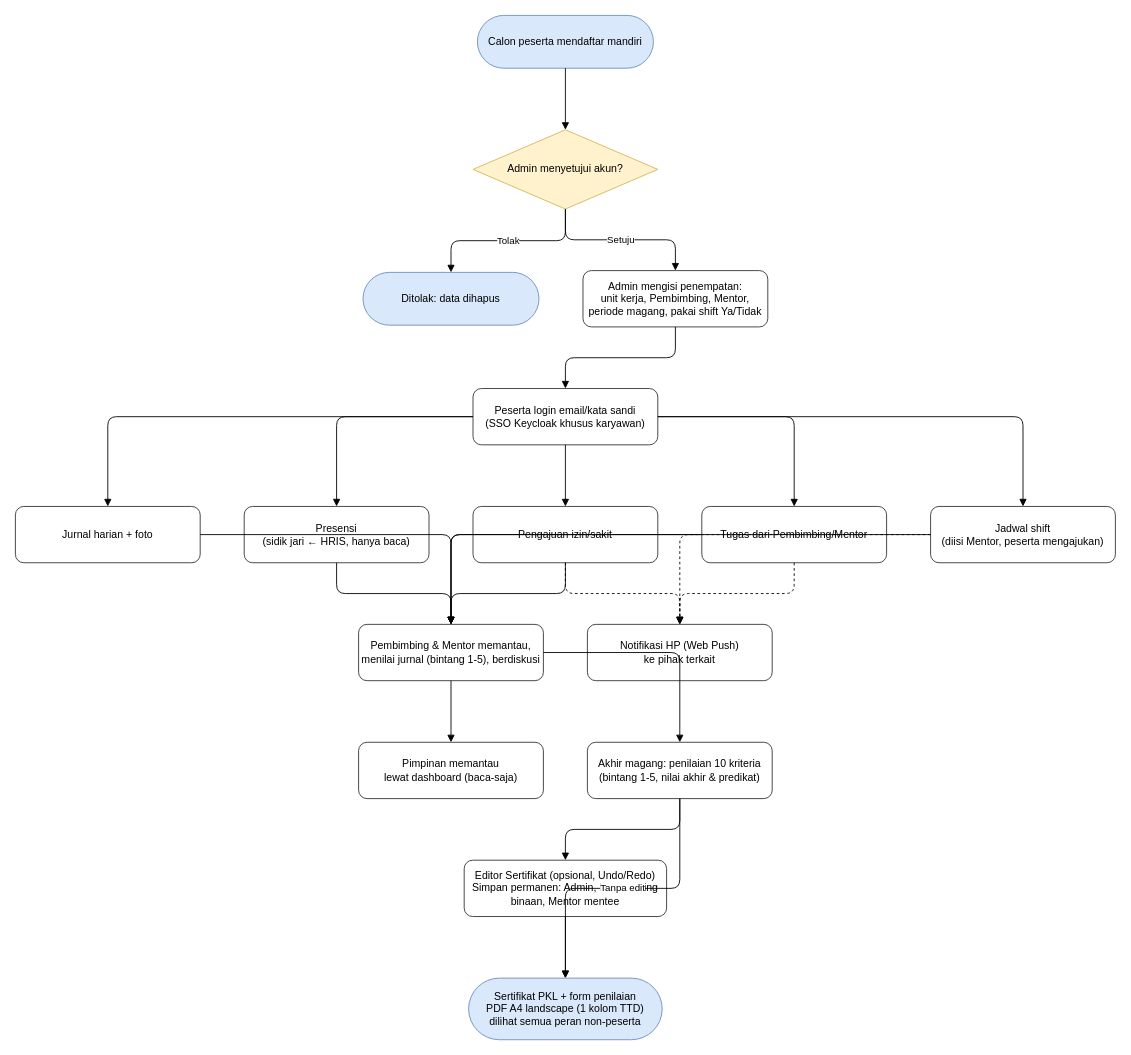
ahyaghifari/magang-sgg keeps this draw.io diagram as page "0. Gambaran Keseluruhan" (1 of 8) of flowchart-portal.drawio. Above is the earlier version. Source tidied: cells renumbered, new cells numbered last; positions are measured from the earlier drawing's top-left corner, leaving out a move shared by most shapes. Both pictures are drawn from the tidied source at 88%, with x=0, y=0 at pixel (15, 15).
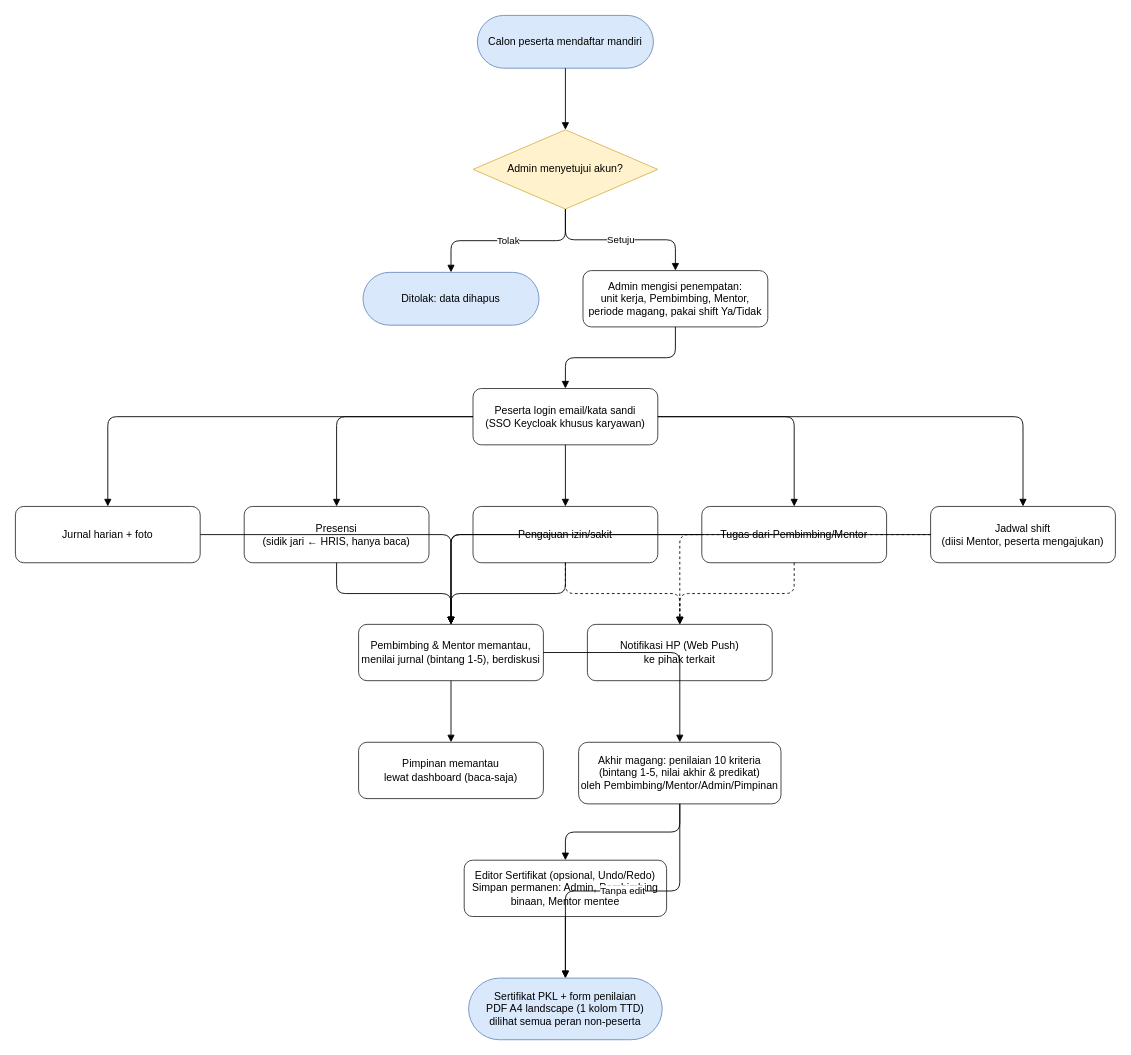
The same diagram, later.

Commit message (it also covers changes not shown here):
Penilaian intern per penilai (mentor, pembimbing, pimpinan) dengan akumulasi nilai akhir

Diff of the diagram source:
```diff
@@
-    <mxCell id="15" value="Akhir magang: penilaian 10 kriteria&#10;(bintang 1-5, nilai akhir &amp; predikat)" style="rounded=1;whiteSpace=wrap;html=1;fillColor=#ffffff;strokeColor=#333333;fontSize=12;" parent="1" vertex="1">
-      <mxGeometry x="650" y="826" width="210" height="64" as="geometry" />
+    <mxCell id="15" value="Akhir magang: penilaian 10 kriteria&#10;(bintang 1-5, nilai akhir &amp; predikat)&#10;oleh Pembimbing/Mentor/Admin/Pimpinan" style="rounded=1;whiteSpace=wrap;html=1;fillColor=#ffffff;strokeColor=#333333;fontSize=12;" parent="1" vertex="1">
+      <mxGeometry x="640" y="826" width="230" height="70" as="geometry" />
     </mxCell>
```
